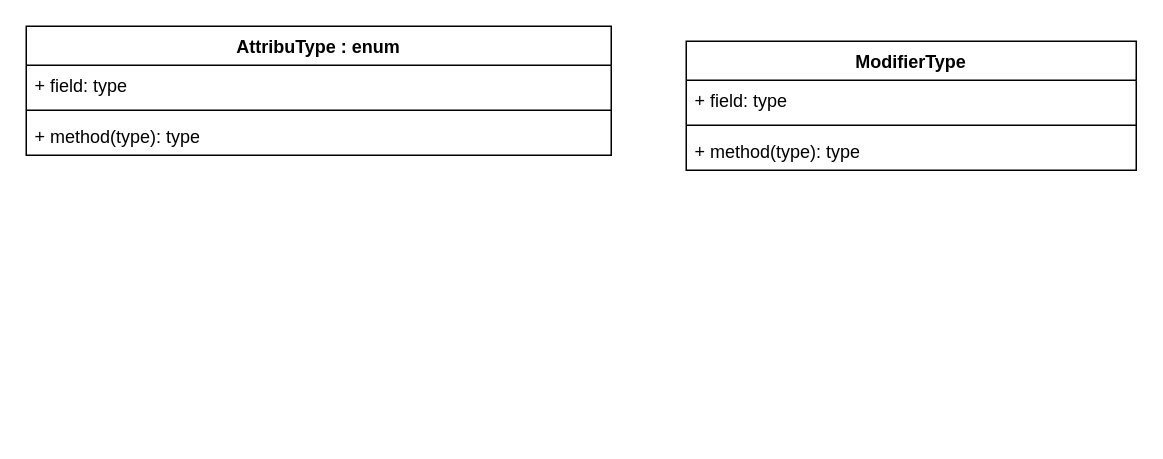
Earlier version of the draw.io diagram attribute.drawio (QAQSly/QAQSly). Source tidied: cells renumbered, new cells numbered last; positions are measured from the earlier drawing's top-left corner, leaving out a move shared by most shapes. Both pictures are drawn from the tidied source at 150%, with x=0, y=0 at pixel (26, 26).
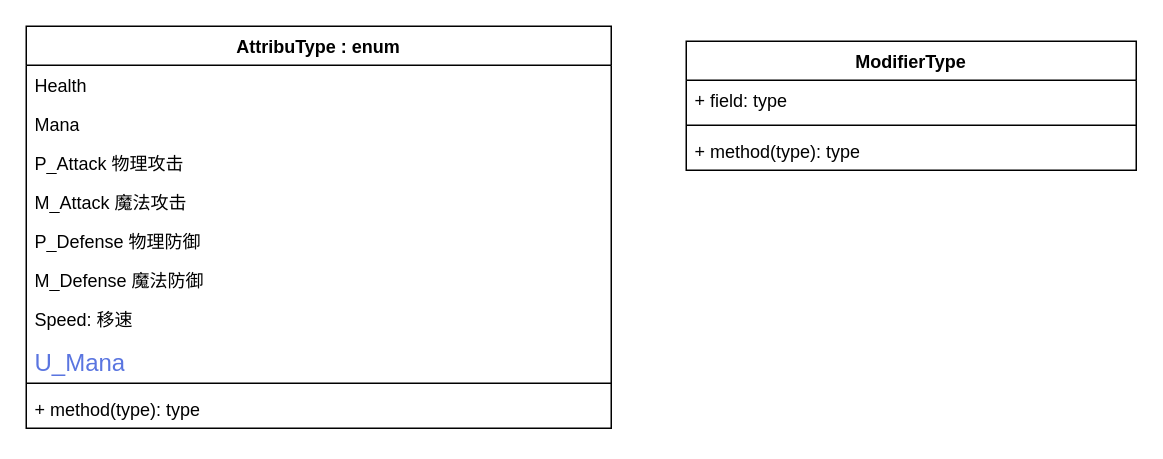
Above is the later version.

Change to the diagram source:
```diff
@@
 <mxGraphModel>
   <root>
     <mxCell id="0" />
     <mxCell id="1" parent="0" />
     <mxCell id="2" value="AttribuType : enum" style="swimlane;fontStyle=1;align=center;verticalAlign=top;horizontal=1;startSize=26;whiteSpace=wrap;html=1;" parent="1" vertex="1">
-      <mxGeometry width="390" height="86" as="geometry" />
+      <mxGeometry width="390" height="268" as="geometry" />
     </mxCell>
-    <mxCell id="3" value="+ field: type" style="text;strokeColor=none;fillColor=none;align=left;verticalAlign=top;spacingLeft=4;spacingRight=4;overflow=hidden;whiteSpace=wrap;html=1;" parent="2" vertex="1">
+    <mxCell id="3" value="Health" style="text;strokeColor=none;fillColor=none;align=left;verticalAlign=top;spacingLeft=4;spacingRight=4;overflow=hidden;whiteSpace=wrap;html=1;" parent="2" vertex="1">
       <mxGeometry y="26" width="390" height="26" as="geometry" />
     </mxCell>
+    <mxCell id="10" value="Mana" style="text;strokeColor=none;fillColor=none;align=left;verticalAlign=top;spacingLeft=4;spacingRight=4;overflow=hidden;whiteSpace=wrap;html=1;" parent="2" vertex="1">
+      <mxGeometry y="52" width="390" height="26" as="geometry" />
+    </mxCell>
+    <mxCell id="11" value="P_Attack 物理攻击" style="text;strokeColor=none;fillColor=none;align=left;verticalAlign=top;spacingLeft=4;spacingRight=4;overflow=hidden;whiteSpace=wrap;html=1;" parent="2" vertex="1">
+      <mxGeometry y="78" width="390" height="26" as="geometry" />
+    </mxCell>
+    <mxCell id="12" value="M_Attack 魔法攻击" style="text;strokeColor=none;fillColor=none;align=left;verticalAlign=top;spacingLeft=4;spacingRight=4;overflow=hidden;whiteSpace=wrap;html=1;" parent="2" vertex="1">
+      <mxGeometry y="104" width="390" height="26" as="geometry" />
+    </mxCell>
+    <mxCell id="13" value="P_Defense 物理防御" style="text;strokeColor=none;fillColor=none;align=left;verticalAlign=top;spacingLeft=4;spacingRight=4;overflow=hidden;whiteSpace=wrap;html=1;" parent="2" vertex="1">
+      <mxGeometry y="130" width="390" height="26" as="geometry" />
+    </mxCell>
+    <mxCell id="14" value="M_Defense 魔法防御" style="text;strokeColor=none;fillColor=none;align=left;verticalAlign=top;spacingLeft=4;spacingRight=4;overflow=hidden;whiteSpace=wrap;html=1;" parent="2" vertex="1">
+      <mxGeometry y="156" width="390" height="26" as="geometry" />
+    </mxCell>
+    <mxCell id="15" value="Speed: 移速" style="text;strokeColor=none;fillColor=none;align=left;verticalAlign=top;spacingLeft=4;spacingRight=4;overflow=hidden;whiteSpace=wrap;html=1;" parent="2" vertex="1">
+      <mxGeometry y="182" width="390" height="26" as="geometry" />
+    </mxCell>
+    <mxCell id="16" value="&lt;span style=&quot;color: rgb(90, 117, 224); font-family: PingFangSC-Regular, &amp;quot;Microsoft YaHei&amp;quot;, Segoe&amp;nbsp;UI&amp;nbsp;Variable&amp;nbsp;Static&amp;nbsp;Display; font-size: 16px; background-color: rgb(255, 255, 255);&quot;&gt;U_Mana&lt;/span&gt;" style="text;strokeColor=none;fillColor=none;align=left;verticalAlign=top;spacingLeft=4;spacingRight=4;overflow=hidden;whiteSpace=wrap;html=1;" parent="2" vertex="1">
+      <mxGeometry y="208" width="390" height="26" as="geometry" />
+    </mxCell>
     <mxCell id="4" style="line;strokeWidth=1;fillColor=none;align=left;verticalAlign=middle;spacingTop=-1;spacingLeft=3;spacingRight=3;labelPosition=right;strokeColor=inherit;" parent="2" vertex="1">
-      <mxGeometry y="52" width="390" height="8" as="geometry" />
+      <mxGeometry y="234" width="390" height="8" as="geometry" />
     </mxCell>
     <mxCell id="5" value="+ method(type): type" style="text;strokeColor=none;fillColor=none;align=left;verticalAlign=top;spacingLeft=4;spacingRight=4;overflow=hidden;whiteSpace=wrap;html=1;" parent="2" vertex="1">
-      <mxGeometry y="60" width="390" height="26" as="geometry" />
+      <mxGeometry y="242" width="390" height="26" as="geometry" />
     </mxCell>
     <mxCell id="6" value="&lt;div&gt;ModifierType&lt;/div&gt;&lt;div&gt;&lt;br&gt;&lt;/div&gt;" style="swimlane;fontStyle=1;align=center;verticalAlign=top;horizontal=1;startSize=26;whiteSpace=wrap;html=1;" parent="1" vertex="1">
       <mxGeometry x="440" y="10" width="300" height="86" as="geometry" />
     </mxCell>
     <mxCell id="7" value="+ field: type" style="text;strokeColor=none;fillColor=none;align=left;verticalAlign=top;spacingLeft=4;spacingRight=4;overflow=hidden;whiteSpace=wrap;html=1;" parent="6" vertex="1">
       <mxGeometry y="26" width="300" height="26" as="geometry" />
     </mxCell>
     <mxCell id="8" style="line;strokeWidth=1;fillColor=none;align=left;verticalAlign=middle;spacingTop=-1;spacingLeft=3;spacingRight=3;labelPosition=right;strokeColor=inherit;" parent="6" vertex="1">
       <mxGeometry y="52" width="300" height="8" as="geometry" />
     </mxCell>
     <mxCell id="9" value="+ method(type): type" style="text;strokeColor=none;fillColor=none;align=left;verticalAlign=top;spacingLeft=4;spacingRight=4;overflow=hidden;whiteSpace=wrap;html=1;" parent="6" vertex="1">
       <mxGeometry y="60" width="300" height="26" as="geometry" />
     </mxCell>
   </root>
 </mxGraphModel>
```
